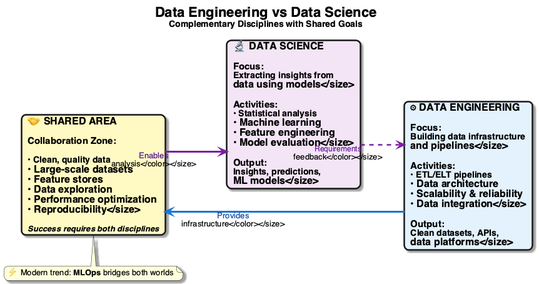
Earlier version of the PlantUML export diagrams/week01/week1_de_vs_ds.png (OrPerets/data-engineering-course). Its diagram source:
```plantuml
@startuml
left to right direction
skinparam defaultFontName "Segoe UI, Helvetica, sans-serif"
skinparam defaultFontSize 16
skinparam roundcorner 15
skinparam shadowing true
skinparam linetype ortho
skinparam nodesep 50
skinparam ranksep 70

skinparam card {
    FontStyle bold
    Padding 35
    BorderThickness 2.5
}

skinparam arrow {
    Thickness 2.5
    FontSize 13
}

title <size:22><b>Data Engineering vs Data Science</b></size>\n<size:14>Complementary Disciplines with Shared Goals</size>

card "⚙️ **DATA ENGINEERING**\n\n<size:15><b>Focus:</b></size>\n<size:14>Building data infrastructure\nand pipelines</size>\n\n<size:15><b>Activities:</b></size>\n<size:14>• ETL/ELT pipelines\n• Data architecture\n• Scalability & reliability\n• Data integration</size>\n\n<size:15><b>Output:</b></size>\n<size:14>Clean datasets, APIs,\ndata platforms</size>" as DE #E3F2FD {
}

card "🔬 **DATA SCIENCE**\n\n<size:15><b>Focus:</b></size>\n<size:14>Extracting insights from\ndata using models</size>\n\n<size:15><b>Activities:</b></size>\n<size:14>• Statistical analysis\n• Machine learning\n• Feature engineering\n• Model evaluation</size>\n\n<size:15><b>Output:</b></size>\n<size:14>Insights, predictions,\nML models</size>" as DS #F3E5F5 {
}

card "🤝 **SHARED AREA**\n\n<size:15><b>Collaboration Zone:</b></size>\n\n<size:14>• Clean, quality data\n• Large-scale datasets\n• Feature stores\n• Data exploration\n• Performance optimization\n• Reproducibility</size>\n\n<size:13><i>Success requires both disciplines</i></size>" as O #FFF9C4 {
}

DE -[#1976D2,thickness=3]-> O : <size:13><color:#0D47A1>Provides\ninfrastructure</color></size>
O -[#7B1FA2,thickness=3]-> DS : <size:13><color:#4A148C>Enables\nanalysis</color></size>
DS -[#7B1FA2,thickness=2,dashed]-> DE : <size:12><color:#6A1B9A>Requirements\nfeedback</color></size>

note bottom of O
  <size:13>⚡ Modern trend: <b>MLOps</b> bridges both worlds</size>
end note

@enduml
```
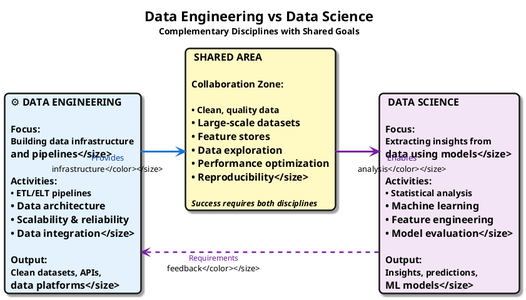
After the change.

Diff of the diagram source:
```diff
@@ -21,21 +21,14 @@
 
 title <size:22><b>Data Engineering vs Data Science</b></size>\n<size:14>Complementary Disciplines with Shared Goals</size>
 
-card "⚙️ **DATA ENGINEERING**\n\n<size:15><b>Focus:</b></size>\n<size:14>Building data infrastructure\nand pipelines</size>\n\n<size:15><b>Activities:</b></size>\n<size:14>• ETL/ELT pipelines\n• Data architecture\n• Scalability & reliability\n• Data integration</size>\n\n<size:15><b>Output:</b></size>\n<size:14>Clean datasets, APIs,\ndata platforms</size>" as DE #E3F2FD {
-}
+card "⚙️ **DATA ENGINEERING**\n\n<size:15><b>Focus:</b></size>\n<size:14>Building data infrastructure\nand pipelines</size>\n\n<size:15><b>Activities:</b></size>\n<size:14>• ETL/ELT pipelines\n• Data architecture\n• Scalability & reliability\n• Data integration</size>\n\n<size:15><b>Output:</b></size>\n<size:14>Clean datasets, APIs,\ndata platforms</size>" as DE #E3F2FD
 
-card "🔬 **DATA SCIENCE**\n\n<size:15><b>Focus:</b></size>\n<size:14>Extracting insights from\ndata using models</size>\n\n<size:15><b>Activities:</b></size>\n<size:14>• Statistical analysis\n• Machine learning\n• Feature engineering\n• Model evaluation</size>\n\n<size:15><b>Output:</b></size>\n<size:14>Insights, predictions,\nML models</size>" as DS #F3E5F5 {
-}
+card "🔬 **DATA SCIENCE**\n\n<size:15><b>Focus:</b></size>\n<size:14>Extracting insights from\ndata using models</size>\n\n<size:15><b>Activities:</b></size>\n<size:14>• Statistical analysis\n• Machine learning\n• Feature engineering\n• Model evaluation</size>\n\n<size:15><b>Output:</b></size>\n<size:14>Insights, predictions,\nML models</size>" as DS #F3E5F5
 
-card "🤝 **SHARED AREA**\n\n<size:15><b>Collaboration Zone:</b></size>\n\n<size:14>• Clean, quality data\n• Large-scale datasets\n• Feature stores\n• Data exploration\n• Performance optimization\n• Reproducibility</size>\n\n<size:13><i>Success requires both disciplines</i></size>" as O #FFF9C4 {
-}
+card "🤝 **SHARED AREA**\n\n<size:15><b>Collaboration Zone:</b></size>\n\n<size:14>• Clean, quality data\n• Large-scale datasets\n• Feature stores\n• Data exploration\n• Performance optimization\n• Reproducibility</size>\n\n<size:13><i>Success requires both disciplines</i></size>" as O #FFF9C4
 
 DE -[#1976D2,thickness=3]-> O : <size:13><color:#0D47A1>Provides\ninfrastructure</color></size>
 O -[#7B1FA2,thickness=3]-> DS : <size:13><color:#4A148C>Enables\nanalysis</color></size>
 DS -[#7B1FA2,thickness=2,dashed]-> DE : <size:12><color:#6A1B9A>Requirements\nfeedback</color></size>
 
-note bottom of O
-  <size:13>⚡ Modern trend: <b>MLOps</b> bridges both worlds</size>
-end note
-
 @enduml
```
